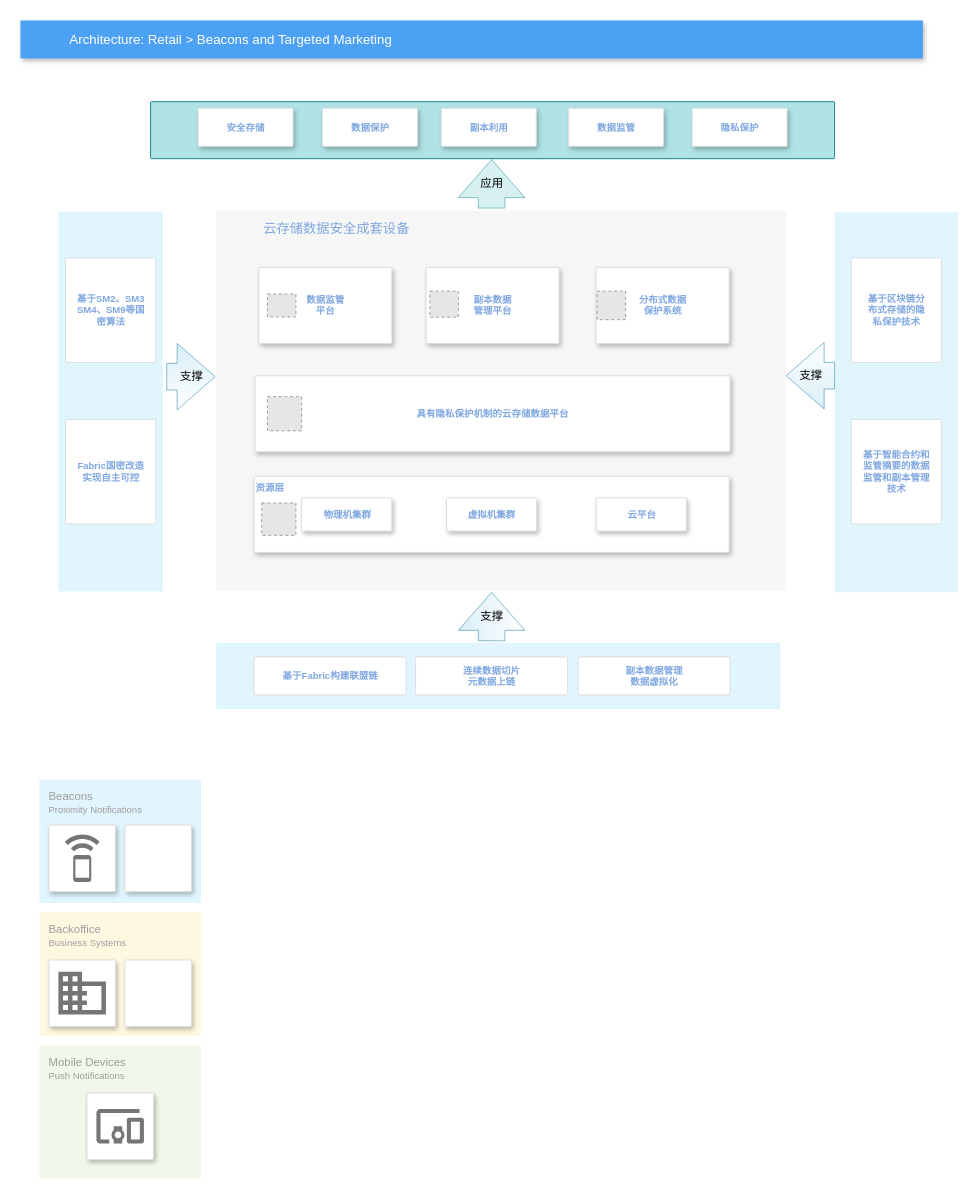
The draw.io diagram 总原理图.drawio in qqshow/drawio, before the edit. Source tidied: cells renumbered, new cells numbered last; positions are measured from the earlier drawing's top-left corner, leaving out a move shared by most shapes. Both pictures are drawn from the tidied source at 95%, with x=0, y=0 at pixel (20, 20). Pictures stored in the file or linked from it are replaced by grey dashed boxes.
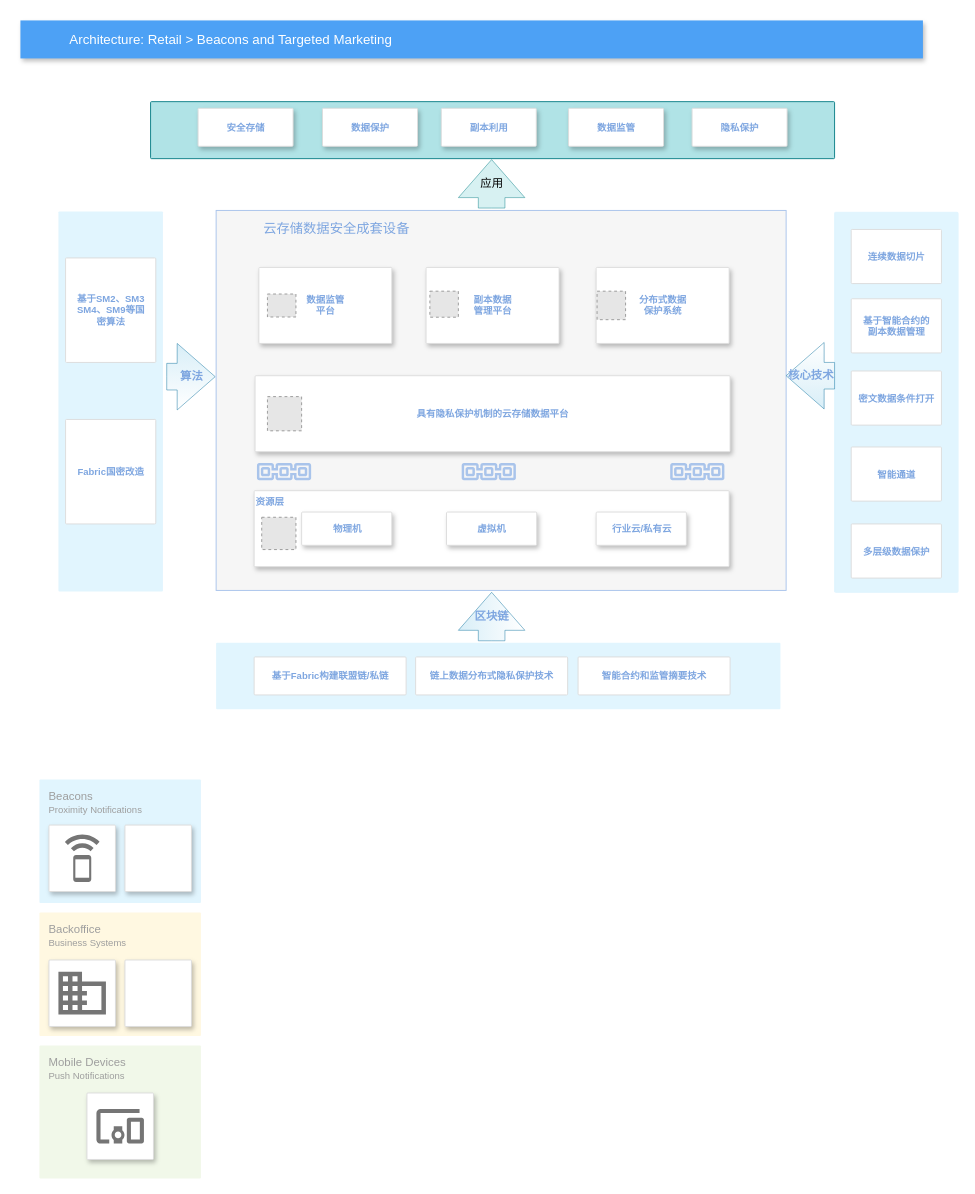
After the change.

What changed in the source:
```diff
@@
-    <mxCell id="2" value="&lt;font color=&quot;#7ea6e0&quot;&gt;云存储数据安全成套设备&lt;/font&gt;" style="fillColor=#F6F6F6;strokeColor=none;shadow=0;gradientColor=none;fontSize=14;align=left;spacing=10;fontColor=#717171;9E9E9E;verticalAlign=top;spacingTop=-4;fontStyle=0;spacingLeft=40;html=1;" parent="1" vertex="1">
+    <mxCell id="2" value="&lt;font color=&quot;#7ea6e0&quot;&gt;云存储数据安全成套设备&lt;/font&gt;" style="fillColor=#F6F6F6;strokeColor=#A9C4EB;shadow=0;gradientColor=none;fontSize=14;align=left;spacing=10;fontColor=#717171;9E9E9E;verticalAlign=top;spacingTop=-4;fontStyle=0;spacingLeft=40;html=1;" parent="1" vertex="1">
       <mxGeometry x="206" y="200" width="600" height="400" as="geometry" />
     </mxCell>
@@
     <mxCell id="15" value="&lt;b&gt;&lt;font color=&quot;#7ea6e0&quot;&gt;资源层&lt;/font&gt;&lt;/b&gt;" style="strokeColor=#dddddd;fillColor=#ffffff;shadow=1;strokeWidth=1;rounded=1;absoluteArcSize=1;arcSize=2;fontSize=10;fontColor=#9E9E9E;align=left;html=1;verticalAlign=top;" parent="1" vertex="1">
-      <mxGeometry x="246" y="480" width="500" height="80" as="geometry" />
+      <mxGeometry x="246" y="495" width="500" height="80" as="geometry" />
     </mxCell>
-    <mxCell id="16" value="&lt;font color=&quot;#7ea6e0&quot;&gt;&lt;b&gt;物理机集群&lt;/b&gt;&lt;/font&gt;" style="strokeColor=#dddddd;fillColor=#ffffff;shadow=1;strokeWidth=1;rounded=1;absoluteArcSize=1;arcSize=2;fontSize=10;fontColor=#9E9E9E;align=center;html=1;" parent="1" vertex="1">
-      <mxGeometry x="296" y="502.5" width="95" height="35" as="geometry" />
+    <mxCell id="16" value="&lt;font color=&quot;#7ea6e0&quot;&gt;&lt;b&gt;物理机&lt;/b&gt;&lt;/font&gt;" style="strokeColor=#dddddd;fillColor=#ffffff;shadow=1;strokeWidth=1;rounded=1;absoluteArcSize=1;arcSize=2;fontSize=10;fontColor=#9E9E9E;align=center;html=1;" parent="1" vertex="1">
+      <mxGeometry x="296" y="517.5" width="95" height="35" as="geometry" />
     </mxCell>
-    <mxCell id="17" value="&lt;font color=&quot;#7ea6e0&quot;&gt;&lt;b&gt;虚拟机集群&lt;/b&gt;&lt;/font&gt;" style="strokeColor=#dddddd;fillColor=#ffffff;shadow=1;strokeWidth=1;rounded=1;absoluteArcSize=1;arcSize=2;fontSize=10;fontColor=#9E9E9E;align=center;html=1;" parent="1" vertex="1">
-      <mxGeometry x="448.5" y="502.5" width="95" height="35" as="geometry" />
+    <mxCell id="17" value="&lt;font color=&quot;#7ea6e0&quot;&gt;&lt;b&gt;虚拟机&lt;/b&gt;&lt;/font&gt;" style="strokeColor=#dddddd;fillColor=#ffffff;shadow=1;strokeWidth=1;rounded=1;absoluteArcSize=1;arcSize=2;fontSize=10;fontColor=#9E9E9E;align=center;html=1;" parent="1" vertex="1">
+      <mxGeometry x="448.5" y="517.5" width="95" height="35" as="geometry" />
     </mxCell>
-    <mxCell id="18" value="&lt;b&gt;&lt;font color=&quot;#7ea6e0&quot;&gt;云平台&lt;/font&gt;&lt;/b&gt;" style="strokeColor=#dddddd;fillColor=#ffffff;shadow=1;strokeWidth=1;rounded=1;absoluteArcSize=1;arcSize=2;fontSize=10;fontColor=#9E9E9E;align=center;html=1;" parent="1" vertex="1">
-      <mxGeometry x="606" y="502.5" width="95" height="35" as="geometry" />
+    <mxCell id="18" value="&lt;font color=&quot;#7ea6e0&quot;&gt;&lt;b&gt;行业云/私有云&lt;/b&gt;&lt;/font&gt;" style="strokeColor=#dddddd;fillColor=#ffffff;shadow=1;strokeWidth=1;rounded=1;absoluteArcSize=1;arcSize=2;fontSize=10;fontColor=#9E9E9E;align=center;html=1;" parent="1" vertex="1">
+      <mxGeometry x="606" y="517.5" width="95" height="35" as="geometry" />
     </mxCell>
@@
     <mxCell id="27" style="fillColor=#E6E6E6;strokeColor=#999999;dashed=1;verticalLabelPosition=bottom;labelBackgroundColor=#ffffff;verticalAlign=top;fontColor=#7EA6E0;" parent="1" vertex="1">
-      <mxGeometry x="254" y="508" width="36" height="34" as="geometry" />
+      <mxGeometry x="254" y="523" width="36" height="34" as="geometry" />
     </mxCell>
@@
-    <mxCell id="29" value="支撑" style="html=1;shadow=0;dashed=0;align=center;verticalAlign=middle;shape=mxgraph.arrows2.arrow;dy=0.6;dx=40;notch=0;direction=north;fillColor=#b1ddf0;strokeColor=#10739e;gradientColor=#ffffff;opacity=50;" parent="1" vertex="1">
+    <mxCell id="29" value="&lt;b&gt;&lt;font color=&quot;#7ea6e0&quot;&gt;区块链&lt;/font&gt;&lt;/b&gt;" style="html=1;shadow=0;dashed=0;align=center;verticalAlign=middle;shape=mxgraph.arrows2.arrow;dy=0.6;dx=40;notch=0;direction=north;fillColor=#b1ddf0;strokeColor=#10739e;gradientColor=#ffffff;opacity=50;" parent="1" vertex="1">
       <mxGeometry x="461" y="602" width="70" height="51" as="geometry" />
     </mxCell>
-    <mxCell id="30" style="rounded=1;absoluteArcSize=1;arcSize=2;html=1;strokeColor=none;gradientColor=none;shadow=0;dashed=0;fontSize=12;fontColor=#9E9E9E;align=left;verticalAlign=top;spacing=10;spacingTop=-4;fillColor=#E1F5FE;" parent="1" vertex="1">
+    <mxCell id="30" style="rounded=1;absoluteArcSize=1;arcSize=2;html=1;strokeColor=#E1F5FE;gradientColor=none;shadow=0;dashed=0;fontSize=12;fontColor=#9E9E9E;align=left;verticalAlign=top;spacing=10;spacingTop=-4;fillColor=#E1F5FE;" parent="1" vertex="1">
       <mxGeometry x="857" y="202" width="130" height="400" as="geometry" />
     </mxCell>
-    <mxCell id="31" value="支撑" style="html=1;shadow=0;dashed=0;align=center;verticalAlign=middle;shape=mxgraph.arrows2.arrow;dy=0.6;dx=40;notch=0;direction=west;fillColor=#b1ddf0;strokeColor=#10739e;gradientColor=#ffffff;opacity=50;" parent="1" vertex="1">
+    <mxCell id="31" value="&lt;b&gt;&lt;font color=&quot;#7ea6e0&quot;&gt;核心技术&lt;/font&gt;&lt;/b&gt;" style="html=1;shadow=0;dashed=0;align=center;verticalAlign=middle;shape=mxgraph.arrows2.arrow;dy=0.6;dx=40;notch=0;direction=west;fillColor=#b1ddf0;strokeColor=#10739e;gradientColor=#ffffff;opacity=50;" parent="1" vertex="1">
       <mxGeometry x="806" y="339" width="51" height="70" as="geometry" />
     </mxCell>
@@
-    <mxCell id="33" value="支撑" style="html=1;shadow=0;dashed=0;align=center;verticalAlign=middle;shape=mxgraph.arrows2.arrow;dy=0.6;dx=40;notch=0;direction=east;fillColor=#b1ddf0;strokeColor=#10739e;gradientColor=#ffffff;opacity=50;" parent="1" vertex="1">
+    <mxCell id="33" value="&lt;b&gt;&lt;font color=&quot;#7ea6e0&quot;&gt;算法&lt;/font&gt;&lt;/b&gt;" style="html=1;shadow=0;dashed=0;align=center;verticalAlign=middle;shape=mxgraph.arrows2.arrow;dy=0.6;dx=40;notch=0;direction=east;fillColor=#b1ddf0;strokeColor=#10739e;gradientColor=#ffffff;opacity=50;" parent="1" vertex="1">
       <mxGeometry x="154" y="340" width="51" height="70" as="geometry" />
     </mxCell>
@@
-    <mxCell id="41" value="&lt;font color=&quot;#7ea6e0&quot;&gt;&lt;b&gt;基于Fabric构建联盟链&lt;/b&gt;&lt;/font&gt;" style="strokeColor=#dddddd;fillColor=#ffffff;shadow=0;strokeWidth=1;rounded=1;absoluteArcSize=1;arcSize=2;fontSize=10;fontColor=#9E9E9E;align=center;html=1;verticalAlign=middle;" parent="1" vertex="1">
+    <mxCell id="41" value="&lt;font color=&quot;#7ea6e0&quot;&gt;&lt;b&gt;基于Fabric构建联盟链/私链&lt;/b&gt;&lt;/font&gt;" style="strokeColor=#dddddd;fillColor=#ffffff;shadow=0;strokeWidth=1;rounded=1;absoluteArcSize=1;arcSize=2;fontSize=10;fontColor=#9E9E9E;align=center;html=1;verticalAlign=middle;" parent="1" vertex="1">
       <mxGeometry x="246" y="670" width="160" height="40" as="geometry" />
     </mxCell>
-    <mxCell id="42" value="&lt;font color=&quot;#7ea6e0&quot;&gt;&lt;span style=&quot;font-size: 10px&quot;&gt;&lt;b&gt;副本数据管理&lt;br&gt;&lt;/b&gt;&lt;/span&gt;&lt;/font&gt;&lt;b style=&quot;color: rgb(126 , 166 , 224)&quot;&gt;数据虚拟化&lt;/b&gt;&lt;font color=&quot;#7ea6e0&quot;&gt;&lt;br&gt;&lt;/font&gt;" style="strokeColor=#dddddd;fillColor=#ffffff;shadow=0;strokeWidth=1;rounded=1;absoluteArcSize=1;arcSize=2;fontSize=10;fontColor=#9E9E9E;align=center;html=1;verticalAlign=middle;" parent="1" vertex="1">
+    <mxCell id="42" value="&lt;b style=&quot;color: rgb(126 , 166 , 224)&quot;&gt;智能合约和监管摘要技术&lt;/b&gt;&lt;font color=&quot;#7ea6e0&quot;&gt;&lt;br&gt;&lt;/font&gt;" style="strokeColor=#dddddd;fillColor=#ffffff;shadow=0;strokeWidth=1;rounded=1;absoluteArcSize=1;arcSize=2;fontSize=10;fontColor=#9E9E9E;align=center;html=1;verticalAlign=middle;" parent="1" vertex="1">
       <mxGeometry x="587" y="670" width="160" height="40" as="geometry" />
     </mxCell>
-    <mxCell id="43" value="&lt;font color=&quot;#7ea6e0&quot;&gt;&lt;b&gt;基于区块链分&lt;br&gt;布式存储的隐&lt;br&gt;私保护技术&lt;/b&gt;&lt;/font&gt;" style="strokeColor=#dddddd;fillColor=#ffffff;shadow=0;strokeWidth=1;rounded=1;absoluteArcSize=1;arcSize=2;fontSize=10;fontColor=#9E9E9E;align=center;html=1;glass=0;sketch=0;" parent="1" vertex="1">
-      <mxGeometry x="874.5" y="250" width="95" height="110" as="geometry" />
+    <mxCell id="43" value="&lt;font color=&quot;#7ea6e0&quot;&gt;&lt;b&gt;连续数据切片&lt;/b&gt;&lt;/font&gt;" style="strokeColor=#dddddd;fillColor=#ffffff;shadow=0;strokeWidth=1;rounded=1;absoluteArcSize=1;arcSize=2;fontSize=10;fontColor=#9E9E9E;align=center;html=1;glass=0;sketch=0;" parent="1" vertex="1">
+      <mxGeometry x="874.5" y="220" width="95" height="57" as="geometry" />
     </mxCell>
-    <mxCell id="44" value="&lt;font color=&quot;#7ea6e0&quot;&gt;&lt;b&gt;基于智能合约和&lt;br&gt;监管摘要的数据&lt;br&gt;监管和副本管理&lt;br&gt;技术&lt;br&gt;&lt;/b&gt;&lt;/font&gt;" style="strokeColor=#dddddd;fillColor=#ffffff;shadow=0;strokeWidth=1;rounded=1;absoluteArcSize=1;arcSize=2;fontSize=10;fontColor=#9E9E9E;align=center;html=1;" parent="1" vertex="1">
-      <mxGeometry x="874.5" y="420" width="95" height="110" as="geometry" />
-    </mxCell>
@@
-    <mxCell id="46" value="&lt;font color=&quot;#7ea6e0&quot;&gt;&lt;b&gt;Fabric国密改造&lt;br&gt;实现自主可控&lt;br&gt;&lt;/b&gt;&lt;/font&gt;" style="strokeColor=#dddddd;fillColor=#ffffff;shadow=0;strokeWidth=1;rounded=1;absoluteArcSize=1;arcSize=2;fontSize=10;fontColor=#9E9E9E;align=center;html=1;" parent="1" vertex="1">
+    <mxCell id="46" value="&lt;font color=&quot;#7ea6e0&quot;&gt;&lt;b&gt;Fabric国密改造&lt;br&gt;&lt;/b&gt;&lt;/font&gt;" style="strokeColor=#dddddd;fillColor=#ffffff;shadow=0;strokeWidth=1;rounded=1;absoluteArcSize=1;arcSize=2;fontSize=10;fontColor=#9E9E9E;align=center;html=1;" parent="1" vertex="1">
       <mxGeometry x="47.5" y="420" width="95" height="110" as="geometry" />
     </mxCell>
-    <mxCell id="47" value="&lt;b style=&quot;color: rgb(126 , 166 , 224)&quot;&gt;连续数据切片&lt;br&gt;元数据上链&lt;/b&gt;&lt;font color=&quot;#7ea6e0&quot;&gt;&lt;b&gt;&lt;br&gt;&lt;/b&gt;&lt;/font&gt;" style="strokeColor=#dddddd;fillColor=#ffffff;shadow=0;strokeWidth=1;rounded=1;absoluteArcSize=1;arcSize=2;fontSize=10;fontColor=#9E9E9E;align=center;html=1;verticalAlign=middle;" parent="1" vertex="1">
+    <mxCell id="47" value="&lt;font color=&quot;#7ea6e0&quot;&gt;&lt;b&gt;链上数据分布式隐私保护技术&lt;br&gt;&lt;/b&gt;&lt;/font&gt;" style="strokeColor=#dddddd;fillColor=#ffffff;shadow=0;strokeWidth=1;rounded=1;absoluteArcSize=1;arcSize=2;fontSize=10;fontColor=#9E9E9E;align=center;html=1;verticalAlign=middle;" parent="1" vertex="1">
       <mxGeometry x="416" y="670" width="160" height="40" as="geometry" />
     </mxCell>
+    <mxCell id="48" value="&lt;div&gt;&lt;font color=&quot;#7ea6e0&quot;&gt;&lt;span style=&quot;font-size: 10px&quot;&gt;&lt;b&gt;基于智能合约的&lt;/b&gt;&lt;/span&gt;&lt;/font&gt;&lt;/div&gt;&lt;div&gt;&lt;font color=&quot;#7ea6e0&quot;&gt;&lt;span style=&quot;font-size: 10px&quot;&gt;&lt;b&gt;副本数据管理&lt;/b&gt;&lt;/span&gt;&lt;/font&gt;&lt;/div&gt;" style="strokeColor=#dddddd;fillColor=#ffffff;shadow=0;strokeWidth=1;rounded=1;absoluteArcSize=1;arcSize=2;fontSize=10;fontColor=#9E9E9E;align=center;html=1;glass=0;sketch=0;" parent="1" vertex="1">
+      <mxGeometry x="874.5" y="293" width="95" height="57" as="geometry" />
+    </mxCell>
+    <mxCell id="49" value="&lt;font color=&quot;#7ea6e0&quot;&gt;&lt;b&gt;密文数据条件打开&lt;/b&gt;&lt;/font&gt;" style="strokeColor=#dddddd;fillColor=#ffffff;shadow=0;strokeWidth=1;rounded=1;absoluteArcSize=1;arcSize=2;fontSize=10;fontColor=#9E9E9E;align=center;html=1;glass=0;sketch=0;" parent="1" vertex="1">
+      <mxGeometry x="874.5" y="369" width="95" height="57" as="geometry" />
+    </mxCell>
+    <mxCell id="50" value="&lt;font color=&quot;#7ea6e0&quot;&gt;&lt;span style=&quot;font-size: 10px&quot;&gt;&lt;b&gt;多层级数据保护&lt;/b&gt;&lt;/span&gt;&lt;/font&gt;" style="strokeColor=#dddddd;fillColor=#ffffff;shadow=0;strokeWidth=1;rounded=1;absoluteArcSize=1;arcSize=2;fontSize=10;fontColor=#9E9E9E;align=center;html=1;glass=0;sketch=0;" parent="1" vertex="1">
+      <mxGeometry x="874.5" y="530" width="95" height="57" as="geometry" />
+    </mxCell>
+    <mxCell id="51" value="&lt;font color=&quot;#7ea6e0&quot;&gt;&lt;b&gt;智能通道&lt;/b&gt;&lt;/font&gt;" style="strokeColor=#dddddd;fillColor=#ffffff;shadow=0;strokeWidth=1;rounded=1;absoluteArcSize=1;arcSize=2;fontSize=10;fontColor=#9E9E9E;align=center;html=1;glass=0;sketch=0;" parent="1" vertex="1">
+      <mxGeometry x="874.5" y="449" width="95" height="57" as="geometry" />
+    </mxCell>
+    <mxCell id="52" style="sketch=0;fontColor=#232F3E;gradientColor=none;fillColor=#A9C4EB;strokeColor=none;dashed=0;verticalLabelPosition=bottom;verticalAlign=top;align=center;html=1;fontSize=12;fontStyle=0;shape=mxgraph.aws4.blockchain_resource;" parent="1" vertex="1">
+      <mxGeometry x="247" y="466" width="61" height="18" as="geometry" />
+    </mxCell>
+    <mxCell id="53" style="sketch=0;fontColor=#232F3E;gradientColor=none;fillColor=#A9C4EB;strokeColor=none;dashed=0;verticalLabelPosition=bottom;verticalAlign=top;align=center;html=1;fontSize=12;fontStyle=0;shape=mxgraph.aws4.blockchain_resource;" parent="1" vertex="1">
+      <mxGeometry x="462.5" y="466" width="61" height="18" as="geometry" />
+    </mxCell>
+    <mxCell id="54" style="sketch=0;fontColor=#232F3E;gradientColor=none;fillColor=#A9C4EB;strokeColor=none;dashed=0;verticalLabelPosition=bottom;verticalAlign=top;align=center;html=1;fontSize=12;fontStyle=0;shape=mxgraph.aws4.blockchain_resource;" parent="1" vertex="1">
+      <mxGeometry x="682" y="466" width="61" height="18" as="geometry" />
+    </mxCell>
```
